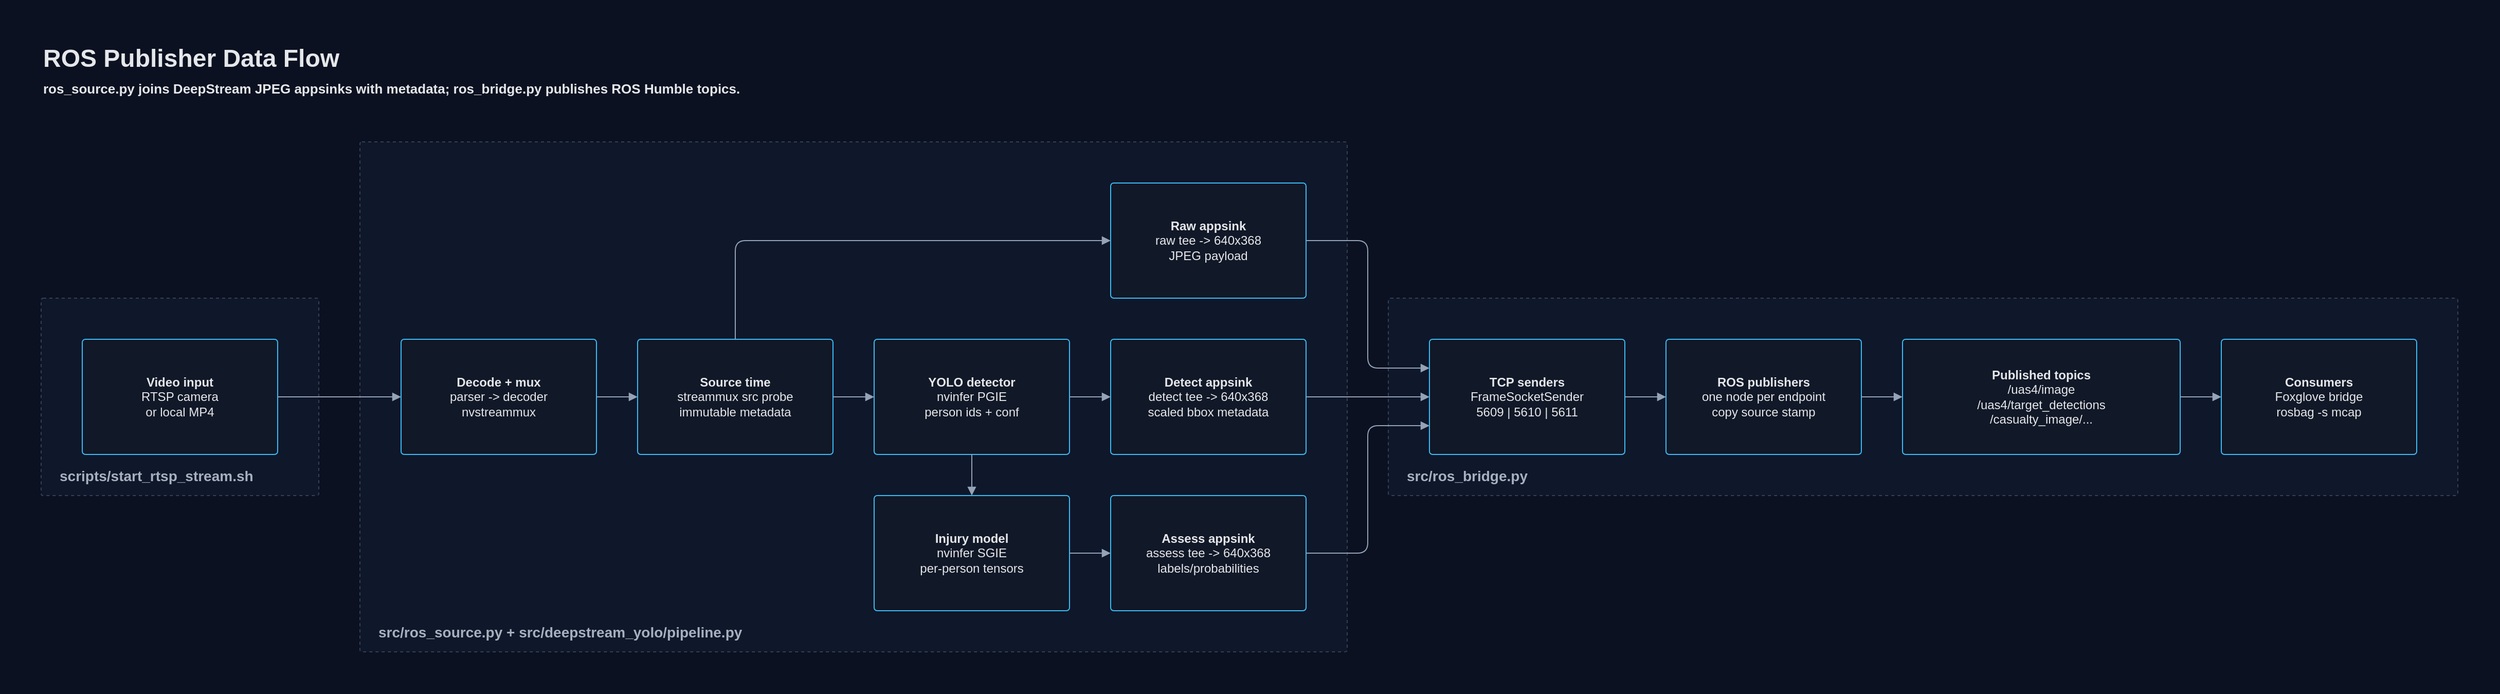
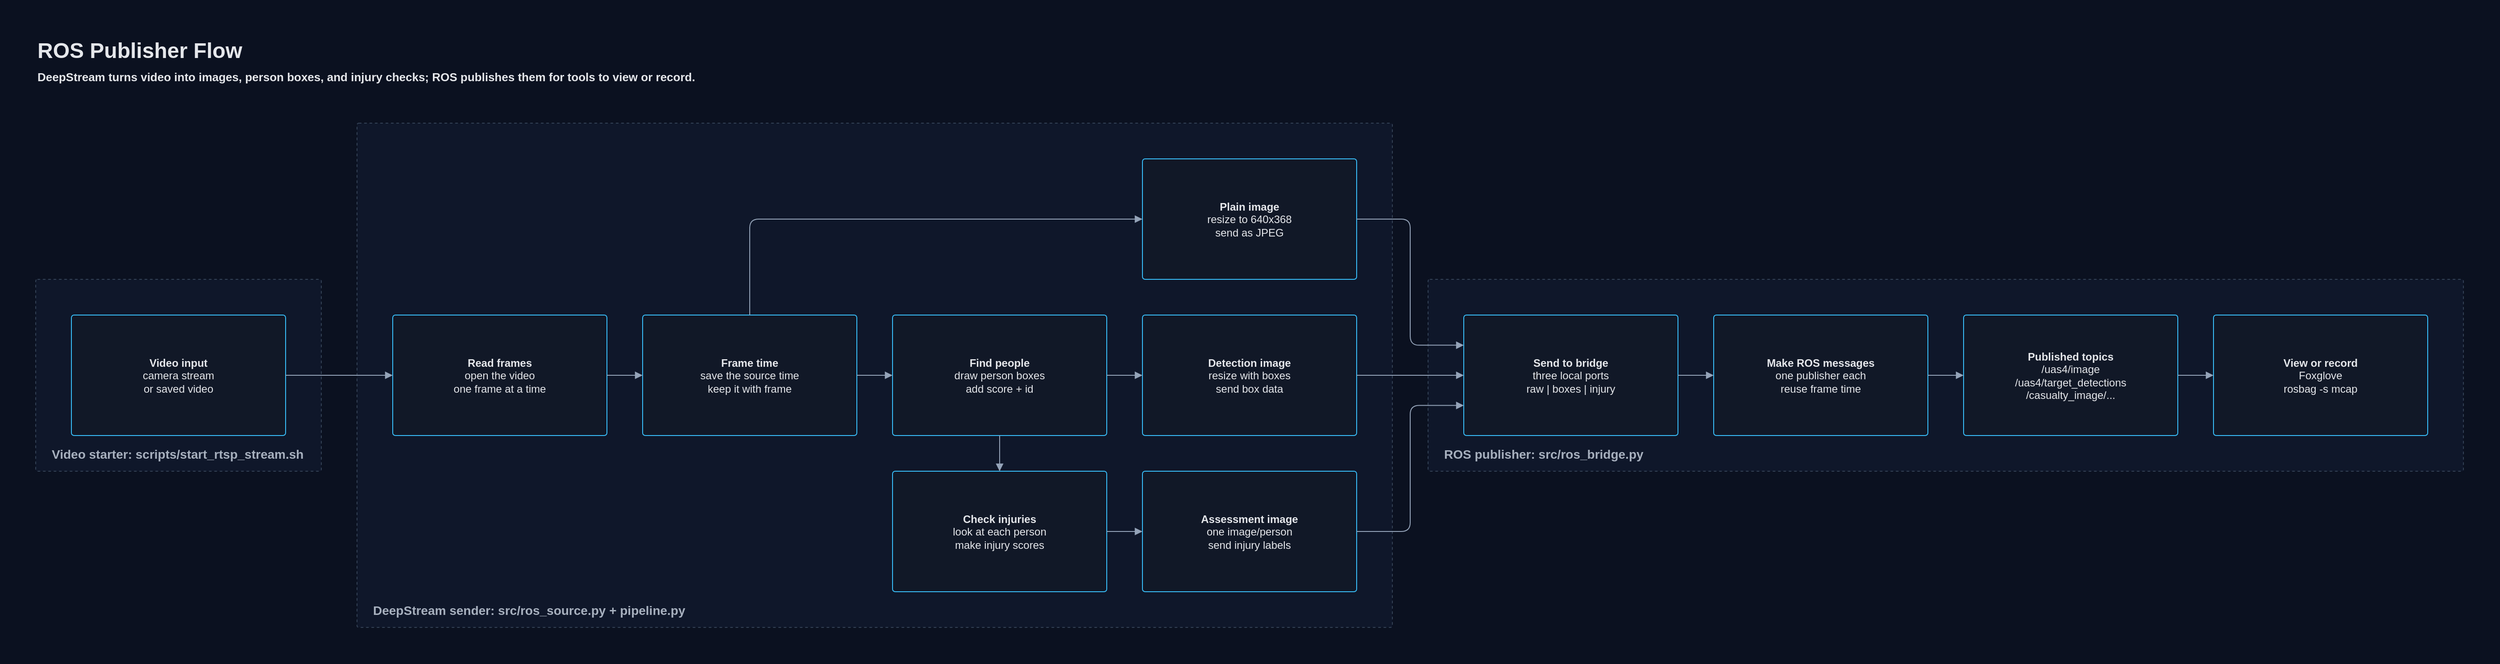
<?xml version="1.0" ?>
<mxfile host="app.diagrams.net" agent="Codex" version="24.7.17" type="device">
-   <diagram id="data_flow" name="ROS Publisher Data Flow">
-     <mxGraphModel dx="1422" dy="794" grid="1" gridSize="10" guides="1" tooltips="1" connect="1" arrows="1" fold="1" page="1" pageScale="1" pageWidth="2430" pageHeight="674" background="#0b1120" math="0" shadow="0">
+   <diagram id="data_flow" name="ROS Publisher Flow">
+     <mxGraphModel dx="1422" dy="794" grid="1" gridSize="10" guides="1" tooltips="1" connect="1" arrows="1" fold="1" page="1" pageScale="1" pageWidth="2800" pageHeight="743" background="#0b1120" math="0" shadow="0">
      <root>
        <mxCell id="0"/>
        <mxCell id="1" parent="0"/>
        <mxCell id="background" value="" style="rounded=0;whiteSpace=wrap;html=1;fillColor=#0b1120;strokeColor=none;" vertex="1" parent="1" connectable="0">
-           <mxGeometry x="0" y="0" width="2430" height="674" as="geometry"/>
+           <mxGeometry x="0" y="0" width="2800" height="743" as="geometry"/>
        </mxCell>
-         <mxCell id="title" value="ROS Publisher Data Flow" style="text;html=1;strokeColor=none;fillColor=none;align=left;verticalAlign=middle;whiteSpace=wrap;rounded=0;fontSize=24;fontColor=#e5e7eb;fontStyle=1;" vertex="1" parent="1">
+         <mxCell id="title" value="ROS Publisher Flow" style="text;html=1;strokeColor=none;fillColor=none;align=left;verticalAlign=middle;whiteSpace=wrap;rounded=0;fontSize=24;fontColor=#e5e7eb;fontStyle=1;" vertex="1" parent="1">
          <mxGeometry x="40" y="40" width="700" height="34" as="geometry"/>
        </mxCell>
-         <mxCell id="subtitle" value="ros_source.py joins DeepStream JPEG appsinks with metadata; ros_bridge.py publishes ROS Humble topics." style="text;html=1;strokeColor=none;fillColor=none;align=left;verticalAlign=middle;whiteSpace=wrap;rounded=0;fontSize=13;fontColor=#e5e7eb;fontStyle=1;" vertex="1" parent="1">
+         <mxCell id="subtitle" value="DeepStream turns video into images, person boxes, and injury checks; ROS publishes them for tools to view or record." style="text;html=1;strokeColor=none;fillColor=none;align=left;verticalAlign=middle;whiteSpace=wrap;rounded=0;fontSize=13;fontColor=#e5e7eb;fontStyle=1;" vertex="1" parent="1">
          <mxGeometry x="40" y="74" width="1180" height="24" as="geometry"/>
        </mxCell>
        <mxCell id="stream_group" value="" style="rounded=1;whiteSpace=wrap;html=1;arcSize=4;absoluteArcSize=1;fillColor=#0f172a;strokeColor=#334155;dashed=1;" vertex="1" parent="1" connectable="0">
-           <mxGeometry x="40" y="290" width="270" height="192" as="geometry"/>
+           <mxGeometry x="40" y="313" width="320" height="215" as="geometry"/>
        </mxCell>
-         <mxCell id="stream_group_label" value="scripts/start_rtsp_stream.sh" style="text;html=1;strokeColor=none;fillColor=none;align=left;verticalAlign=bottom;whiteSpace=wrap;rounded=0;fontSize=14;fontColor=#a7b0be;fontStyle=1;" vertex="1" parent="1" connectable="0">
-           <mxGeometry x="56" y="450" width="238" height="24" as="geometry"/>
+         <mxCell id="stream_group_label" value="Video starter: scripts/start_rtsp_stream.sh" style="text;html=1;strokeColor=none;fillColor=none;align=left;verticalAlign=bottom;whiteSpace=wrap;rounded=0;fontSize=14;fontColor=#a7b0be;fontStyle=1;" vertex="1" parent="1" connectable="0">
+           <mxGeometry x="56" y="496" width="288" height="24" as="geometry"/>
        </mxCell>
        <mxCell id="source_group" value="" style="rounded=1;whiteSpace=wrap;html=1;arcSize=4;absoluteArcSize=1;fillColor=#0f172a;strokeColor=#334155;dashed=1;" vertex="1" parent="1" connectable="0">
-           <mxGeometry x="350" y="138" width="960" height="496" as="geometry"/>
+           <mxGeometry x="400" y="138" width="1160" height="565" as="geometry"/>
        </mxCell>
-         <mxCell id="source_group_label" value="src/ros_source.py + src/deepstream_yolo/pipeline.py" style="text;html=1;strokeColor=none;fillColor=none;align=left;verticalAlign=bottom;whiteSpace=wrap;rounded=0;fontSize=14;fontColor=#a7b0be;fontStyle=1;" vertex="1" parent="1" connectable="0">
-           <mxGeometry x="366" y="602" width="928" height="24" as="geometry"/>
+         <mxCell id="source_group_label" value="DeepStream sender: src/ros_source.py + pipeline.py" style="text;html=1;strokeColor=none;fillColor=none;align=left;verticalAlign=bottom;whiteSpace=wrap;rounded=0;fontSize=14;fontColor=#a7b0be;fontStyle=1;" vertex="1" parent="1" connectable="0">
+           <mxGeometry x="416" y="671" width="1128" height="24" as="geometry"/>
        </mxCell>
        <mxCell id="bridge_group" value="" style="rounded=1;whiteSpace=wrap;html=1;arcSize=4;absoluteArcSize=1;fillColor=#0f172a;strokeColor=#334155;dashed=1;" vertex="1" parent="1" connectable="0">
-           <mxGeometry x="1350" y="290" width="1040" height="192" as="geometry"/>
+           <mxGeometry x="1600" y="313" width="1160" height="215" as="geometry"/>
        </mxCell>
-         <mxCell id="bridge_group_label" value="src/ros_bridge.py" style="text;html=1;strokeColor=none;fillColor=none;align=left;verticalAlign=bottom;whiteSpace=wrap;rounded=0;fontSize=14;fontColor=#a7b0be;fontStyle=1;" vertex="1" parent="1" connectable="0">
-           <mxGeometry x="1366" y="450" width="1008" height="24" as="geometry"/>
+         <mxCell id="bridge_group_label" value="ROS publisher: src/ros_bridge.py" style="text;html=1;strokeColor=none;fillColor=none;align=left;verticalAlign=bottom;whiteSpace=wrap;rounded=0;fontSize=14;fontColor=#a7b0be;fontStyle=1;" vertex="1" parent="1" connectable="0">
+           <mxGeometry x="1616" y="496" width="1128" height="24" as="geometry"/>
        </mxCell>
-         <mxCell id="video" value="&lt;b&gt;Video input&lt;/b&gt;&lt;br&gt;RTSP camera&lt;br&gt;or local MP4" style="rounded=1;whiteSpace=wrap;html=1;arcSize=6;absoluteArcSize=1;fillColor=#111827;strokeColor=#38bdf8;fontColor=#e5e7eb;spacing=10;spacingTop=4;spacingBottom=4;shadow=0;" vertex="1" parent="1">
-           <mxGeometry x="80" y="330" width="190" height="112" as="geometry"/>
+         <mxCell id="video" value="&lt;b&gt;Video input&lt;/b&gt;&lt;br&gt;camera stream&lt;br&gt;or saved video" style="rounded=1;whiteSpace=wrap;html=1;arcSize=6;absoluteArcSize=1;fillColor=#111827;strokeColor=#38bdf8;fontColor=#e5e7eb;spacing=10;spacingTop=4;spacingBottom=4;shadow=0;" vertex="1" parent="1">
+           <mxGeometry x="80" y="353" width="240" height="135" as="geometry"/>
        </mxCell>
-         <mxCell id="decode" value="&lt;b&gt;Decode + mux&lt;/b&gt;&lt;br&gt;parser -&amp;gt; decoder&lt;br&gt;nvstreammux" style="rounded=1;whiteSpace=wrap;html=1;arcSize=6;absoluteArcSize=1;fillColor=#111827;strokeColor=#38bdf8;fontColor=#e5e7eb;spacing=10;spacingTop=4;spacingBottom=4;shadow=0;" vertex="1" parent="1">
-           <mxGeometry x="390" y="330" width="190" height="112" as="geometry"/>
+         <mxCell id="decode" value="&lt;b&gt;Read frames&lt;/b&gt;&lt;br&gt;open the video&lt;br&gt;one frame at a time" style="rounded=1;whiteSpace=wrap;html=1;arcSize=6;absoluteArcSize=1;fillColor=#111827;strokeColor=#38bdf8;fontColor=#e5e7eb;spacing=10;spacingTop=4;spacingBottom=4;shadow=0;" vertex="1" parent="1">
+           <mxGeometry x="440" y="353" width="240" height="135" as="geometry"/>
        </mxCell>
-         <mxCell id="stamp" value="&lt;b&gt;Source time&lt;/b&gt;&lt;br&gt;streammux src probe&lt;br&gt;immutable metadata" style="rounded=1;whiteSpace=wrap;html=1;arcSize=6;absoluteArcSize=1;fillColor=#111827;strokeColor=#38bdf8;fontColor=#e5e7eb;spacing=10;spacingTop=4;spacingBottom=4;shadow=0;" vertex="1" parent="1">
-           <mxGeometry x="620" y="330" width="190" height="112" as="geometry"/>
+         <mxCell id="stamp" value="&lt;b&gt;Frame time&lt;/b&gt;&lt;br&gt;save the source time&lt;br&gt;keep it with frame" style="rounded=1;whiteSpace=wrap;html=1;arcSize=6;absoluteArcSize=1;fillColor=#111827;strokeColor=#38bdf8;fontColor=#e5e7eb;spacing=10;spacingTop=4;spacingBottom=4;shadow=0;" vertex="1" parent="1">
+           <mxGeometry x="720" y="353" width="240" height="135" as="geometry"/>
        </mxCell>
-         <mxCell id="raw" value="&lt;b&gt;Raw appsink&lt;/b&gt;&lt;br&gt;raw tee -&amp;gt; 640x368&lt;br&gt;JPEG payload" style="rounded=1;whiteSpace=wrap;html=1;arcSize=6;absoluteArcSize=1;fillColor=#111827;strokeColor=#38bdf8;fontColor=#e5e7eb;spacing=10;spacingTop=4;spacingBottom=4;shadow=0;" vertex="1" parent="1">
-           <mxGeometry x="1080" y="178" width="190" height="112" as="geometry"/>
+         <mxCell id="raw" value="&lt;b&gt;Plain image&lt;/b&gt;&lt;br&gt;resize to 640x368&lt;br&gt;send as JPEG" style="rounded=1;whiteSpace=wrap;html=1;arcSize=6;absoluteArcSize=1;fillColor=#111827;strokeColor=#38bdf8;fontColor=#e5e7eb;spacing=10;spacingTop=4;spacingBottom=4;shadow=0;" vertex="1" parent="1">
+           <mxGeometry x="1280" y="178" width="240" height="135" as="geometry"/>
        </mxCell>
-         <mxCell id="pgie" value="&lt;b&gt;YOLO detector&lt;/b&gt;&lt;br&gt;nvinfer PGIE&lt;br&gt;person ids + conf" style="rounded=1;whiteSpace=wrap;html=1;arcSize=6;absoluteArcSize=1;fillColor=#111827;strokeColor=#38bdf8;fontColor=#e5e7eb;spacing=10;spacingTop=4;spacingBottom=4;shadow=0;" vertex="1" parent="1">
-           <mxGeometry x="850" y="330" width="190" height="112" as="geometry"/>
+         <mxCell id="pgie" value="&lt;b&gt;Find people&lt;/b&gt;&lt;br&gt;draw person boxes&lt;br&gt;add score + id" style="rounded=1;whiteSpace=wrap;html=1;arcSize=6;absoluteArcSize=1;fillColor=#111827;strokeColor=#38bdf8;fontColor=#e5e7eb;spacing=10;spacingTop=4;spacingBottom=4;shadow=0;" vertex="1" parent="1">
+           <mxGeometry x="1000" y="353" width="240" height="135" as="geometry"/>
        </mxCell>
-         <mxCell id="detect" value="&lt;b&gt;Detect appsink&lt;/b&gt;&lt;br&gt;detect tee -&amp;gt; 640x368&lt;br&gt;scaled bbox metadata" style="rounded=1;whiteSpace=wrap;html=1;arcSize=6;absoluteArcSize=1;fillColor=#111827;strokeColor=#38bdf8;fontColor=#e5e7eb;spacing=10;spacingTop=4;spacingBottom=4;shadow=0;" vertex="1" parent="1">
-           <mxGeometry x="1080" y="330" width="190" height="112" as="geometry"/>
+         <mxCell id="detect" value="&lt;b&gt;Detection image&lt;/b&gt;&lt;br&gt;resize with boxes&lt;br&gt;send box data" style="rounded=1;whiteSpace=wrap;html=1;arcSize=6;absoluteArcSize=1;fillColor=#111827;strokeColor=#38bdf8;fontColor=#e5e7eb;spacing=10;spacingTop=4;spacingBottom=4;shadow=0;" vertex="1" parent="1">
+           <mxGeometry x="1280" y="353" width="240" height="135" as="geometry"/>
        </mxCell>
-         <mxCell id="sgie" value="&lt;b&gt;Injury model&lt;/b&gt;&lt;br&gt;nvinfer SGIE&lt;br&gt;per-person tensors" style="rounded=1;whiteSpace=wrap;html=1;arcSize=6;absoluteArcSize=1;fillColor=#111827;strokeColor=#38bdf8;fontColor=#e5e7eb;spacing=10;spacingTop=4;spacingBottom=4;shadow=0;" vertex="1" parent="1">
-           <mxGeometry x="850" y="482" width="190" height="112" as="geometry"/>
+         <mxCell id="sgie" value="&lt;b&gt;Check injuries&lt;/b&gt;&lt;br&gt;look at each person&lt;br&gt;make injury scores" style="rounded=1;whiteSpace=wrap;html=1;arcSize=6;absoluteArcSize=1;fillColor=#111827;strokeColor=#38bdf8;fontColor=#e5e7eb;spacing=10;spacingTop=4;spacingBottom=4;shadow=0;" vertex="1" parent="1">
+           <mxGeometry x="1000" y="528" width="240" height="135" as="geometry"/>
        </mxCell>
-         <mxCell id="assess" value="&lt;b&gt;Assess appsink&lt;/b&gt;&lt;br&gt;assess tee -&amp;gt; 640x368&lt;br&gt;labels/probabilities" style="rounded=1;whiteSpace=wrap;html=1;arcSize=6;absoluteArcSize=1;fillColor=#111827;strokeColor=#38bdf8;fontColor=#e5e7eb;spacing=10;spacingTop=4;spacingBottom=4;shadow=0;" vertex="1" parent="1">
-           <mxGeometry x="1080" y="482" width="190" height="112" as="geometry"/>
+         <mxCell id="assess" value="&lt;b&gt;Assessment image&lt;/b&gt;&lt;br&gt;one image/person&lt;br&gt;send injury labels" style="rounded=1;whiteSpace=wrap;html=1;arcSize=6;absoluteArcSize=1;fillColor=#111827;strokeColor=#38bdf8;fontColor=#e5e7eb;spacing=10;spacingTop=4;spacingBottom=4;shadow=0;" vertex="1" parent="1">
+           <mxGeometry x="1280" y="528" width="240" height="135" as="geometry"/>
        </mxCell>
-         <mxCell id="tcp" value="&lt;b&gt;TCP senders&lt;/b&gt;&lt;br&gt;FrameSocketSender&lt;br&gt;5609 | 5610 | 5611" style="rounded=1;whiteSpace=wrap;html=1;arcSize=6;absoluteArcSize=1;fillColor=#111827;strokeColor=#38bdf8;fontColor=#e5e7eb;spacing=10;spacingTop=4;spacingBottom=4;shadow=0;" vertex="1" parent="1">
-           <mxGeometry x="1390" y="330" width="190" height="112" as="geometry"/>
+         <mxCell id="tcp" value="&lt;b&gt;Send to bridge&lt;/b&gt;&lt;br&gt;three local ports&lt;br&gt;raw | boxes | injury" style="rounded=1;whiteSpace=wrap;html=1;arcSize=6;absoluteArcSize=1;fillColor=#111827;strokeColor=#38bdf8;fontColor=#e5e7eb;spacing=10;spacingTop=4;spacingBottom=4;shadow=0;" vertex="1" parent="1">
+           <mxGeometry x="1640" y="353" width="240" height="135" as="geometry"/>
        </mxCell>
-         <mxCell id="builder" value="&lt;b&gt;ROS publishers&lt;/b&gt;&lt;br&gt;one node per endpoint&lt;br&gt;copy source stamp" style="rounded=1;whiteSpace=wrap;html=1;arcSize=6;absoluteArcSize=1;fillColor=#111827;strokeColor=#38bdf8;fontColor=#e5e7eb;spacing=10;spacingTop=4;spacingBottom=4;shadow=0;" vertex="1" parent="1">
-           <mxGeometry x="1620" y="330" width="190" height="112" as="geometry"/>
+         <mxCell id="builder" value="&lt;b&gt;Make ROS messages&lt;/b&gt;&lt;br&gt;one publisher each&lt;br&gt;reuse frame time" style="rounded=1;whiteSpace=wrap;html=1;arcSize=6;absoluteArcSize=1;fillColor=#111827;strokeColor=#38bdf8;fontColor=#e5e7eb;spacing=10;spacingTop=4;spacingBottom=4;shadow=0;" vertex="1" parent="1">
+           <mxGeometry x="1920" y="353" width="240" height="135" as="geometry"/>
        </mxCell>
        <mxCell id="topics" value="&lt;b&gt;Published topics&lt;/b&gt;&lt;br&gt;/uas4/image&lt;br&gt;/uas4/target_detections&lt;br&gt;/casualty_image/..." style="rounded=1;whiteSpace=wrap;html=1;arcSize=6;absoluteArcSize=1;fillColor=#111827;strokeColor=#38bdf8;fontColor=#e5e7eb;spacing=10;spacingTop=4;spacingBottom=4;shadow=0;" vertex="1" parent="1">
-           <mxGeometry x="1850" y="330" width="270" height="112" as="geometry"/>
+           <mxGeometry x="2200" y="353" width="240" height="135" as="geometry"/>
        </mxCell>
-         <mxCell id="consumers" value="&lt;b&gt;Consumers&lt;/b&gt;&lt;br&gt;Foxglove bridge&lt;br&gt;rosbag -s mcap" style="rounded=1;whiteSpace=wrap;html=1;arcSize=6;absoluteArcSize=1;fillColor=#111827;strokeColor=#38bdf8;fontColor=#e5e7eb;spacing=10;spacingTop=4;spacingBottom=4;shadow=0;" vertex="1" parent="1">
-           <mxGeometry x="2160" y="330" width="190" height="112" as="geometry"/>
+         <mxCell id="consumers" value="&lt;b&gt;View or record&lt;/b&gt;&lt;br&gt;Foxglove&lt;br&gt;rosbag -s mcap" style="rounded=1;whiteSpace=wrap;html=1;arcSize=6;absoluteArcSize=1;fillColor=#111827;strokeColor=#38bdf8;fontColor=#e5e7eb;spacing=10;spacingTop=4;spacingBottom=4;shadow=0;" vertex="1" parent="1">
+           <mxGeometry x="2480" y="353" width="240" height="135" as="geometry"/>
        </mxCell>
        <mxCell id="edge_video_decode" value="" style="edgeStyle=orthogonalEdgeStyle;rounded=1;orthogonalLoop=1;jettySize=auto;html=1;endArrow=block;endFill=1;strokeColor=#94a3b8;fontColor=#a7b0be;exitX=1;exitY=0.5;exitDx=0;exitDy=0;entryX=0;entryY=0.5;entryDx=0;entryDy=0;" edge="1" parent="1" source="video" target="decode">
          <mxGeometry relative="1" as="geometry"/>
        </mxCell>
        <mxCell id="edge_decode_stamp" value="" style="edgeStyle=orthogonalEdgeStyle;rounded=1;orthogonalLoop=1;jettySize=auto;html=1;endArrow=block;endFill=1;strokeColor=#94a3b8;fontColor=#a7b0be;exitX=1;exitY=0.5;exitDx=0;exitDy=0;entryX=0;entryY=0.5;entryDx=0;entryDy=0;" edge="1" parent="1" source="decode" target="stamp">
          <mxGeometry relative="1" as="geometry"/>
        </mxCell>
        <mxCell id="edge_stamp_raw" value="" style="edgeStyle=orthogonalEdgeStyle;rounded=1;orthogonalLoop=1;jettySize=auto;html=1;endArrow=block;endFill=1;strokeColor=#94a3b8;fontColor=#a7b0be;exitX=0.5;exitY=0;exitDx=0;exitDy=0;entryX=0;entryY=0.5;entryDx=0;entryDy=0;" edge="1" parent="1" source="stamp" target="raw">
          <mxGeometry relative="1" as="geometry">
            <Array as="points">
-               <mxPoint x="715" y="234"/>
+               <mxPoint x="840" y="245"/>
            </Array>
          </mxGeometry>
        </mxCell>
        <mxCell id="edge_stamp_pgie" value="" style="edgeStyle=orthogonalEdgeStyle;rounded=1;orthogonalLoop=1;jettySize=auto;html=1;endArrow=block;endFill=1;strokeColor=#94a3b8;fontColor=#a7b0be;exitX=1;exitY=0.5;exitDx=0;exitDy=0;entryX=0;entryY=0.5;entryDx=0;entryDy=0;" edge="1" parent="1" source="stamp" target="pgie">
          <mxGeometry relative="1" as="geometry"/>
        </mxCell>
        <mxCell id="edge_pgie_detect" value="" style="edgeStyle=orthogonalEdgeStyle;rounded=1;orthogonalLoop=1;jettySize=auto;html=1;endArrow=block;endFill=1;strokeColor=#94a3b8;fontColor=#a7b0be;exitX=1;exitY=0.5;exitDx=0;exitDy=0;entryX=0;entryY=0.5;entryDx=0;entryDy=0;" edge="1" parent="1" source="pgie" target="detect">
          <mxGeometry relative="1" as="geometry"/>
        </mxCell>
        <mxCell id="edge_pgie_sgie" value="" style="edgeStyle=orthogonalEdgeStyle;rounded=1;orthogonalLoop=1;jettySize=auto;html=1;endArrow=block;endFill=1;strokeColor=#94a3b8;fontColor=#a7b0be;exitX=0.5;exitY=1;exitDx=0;exitDy=0;entryX=0.5;entryY=0;entryDx=0;entryDy=0;" edge="1" parent="1" source="pgie" target="sgie">
          <mxGeometry relative="1" as="geometry"/>
        </mxCell>
        <mxCell id="edge_sgie_assess" value="" style="edgeStyle=orthogonalEdgeStyle;rounded=1;orthogonalLoop=1;jettySize=auto;html=1;endArrow=block;endFill=1;strokeColor=#94a3b8;fontColor=#a7b0be;exitX=1;exitY=0.5;exitDx=0;exitDy=0;entryX=0;entryY=0.5;entryDx=0;entryDy=0;" edge="1" parent="1" source="sgie" target="assess">
          <mxGeometry relative="1" as="geometry"/>
        </mxCell>
        <mxCell id="edge_raw_tcp" value="" style="edgeStyle=orthogonalEdgeStyle;rounded=1;orthogonalLoop=1;jettySize=auto;html=1;endArrow=block;endFill=1;strokeColor=#94a3b8;fontColor=#a7b0be;exitX=1;exitY=0.5;exitDx=0;exitDy=0;entryX=0;entryY=0.25;entryDx=0;entryDy=0;" edge="1" parent="1" source="raw" target="tcp">
          <mxGeometry relative="1" as="geometry">
            <Array as="points">
-               <mxPoint x="1330" y="234"/>
-               <mxPoint x="1330" y="358"/>
+               <mxPoint x="1580" y="245"/>
+               <mxPoint x="1580" y="386"/>
            </Array>
          </mxGeometry>
        </mxCell>
        <mxCell id="edge_detect_tcp" value="" style="edgeStyle=orthogonalEdgeStyle;rounded=1;orthogonalLoop=1;jettySize=auto;html=1;endArrow=block;endFill=1;strokeColor=#94a3b8;fontColor=#a7b0be;exitX=1;exitY=0.5;exitDx=0;exitDy=0;entryX=0;entryY=0.5;entryDx=0;entryDy=0;" edge="1" parent="1" source="detect" target="tcp">
          <mxGeometry relative="1" as="geometry"/>
        </mxCell>
        <mxCell id="edge_assess_tcp" value="" style="edgeStyle=orthogonalEdgeStyle;rounded=1;orthogonalLoop=1;jettySize=auto;html=1;endArrow=block;endFill=1;strokeColor=#94a3b8;fontColor=#a7b0be;exitX=1;exitY=0.5;exitDx=0;exitDy=0;entryX=0;entryY=0.75;entryDx=0;entryDy=0;" edge="1" parent="1" source="assess" target="tcp">
          <mxGeometry relative="1" as="geometry">
            <Array as="points">
-               <mxPoint x="1330" y="538"/>
-               <mxPoint x="1330" y="414"/>
+               <mxPoint x="1580" y="595"/>
+               <mxPoint x="1580" y="454"/>
            </Array>
          </mxGeometry>
        </mxCell>
        <mxCell id="edge_tcp_builder" value="" style="edgeStyle=orthogonalEdgeStyle;rounded=1;orthogonalLoop=1;jettySize=auto;html=1;endArrow=block;endFill=1;strokeColor=#94a3b8;fontColor=#a7b0be;exitX=1;exitY=0.5;exitDx=0;exitDy=0;entryX=0;entryY=0.5;entryDx=0;entryDy=0;" edge="1" parent="1" source="tcp" target="builder">
          <mxGeometry relative="1" as="geometry"/>
        </mxCell>
        <mxCell id="edge_builder_topics" value="" style="edgeStyle=orthogonalEdgeStyle;rounded=1;orthogonalLoop=1;jettySize=auto;html=1;endArrow=block;endFill=1;strokeColor=#94a3b8;fontColor=#a7b0be;exitX=1;exitY=0.5;exitDx=0;exitDy=0;entryX=0;entryY=0.5;entryDx=0;entryDy=0;" edge="1" parent="1" source="builder" target="topics">
          <mxGeometry relative="1" as="geometry"/>
        </mxCell>
        <mxCell id="edge_topics_consumers" value="" style="edgeStyle=orthogonalEdgeStyle;rounded=1;orthogonalLoop=1;jettySize=auto;html=1;endArrow=block;endFill=1;strokeColor=#94a3b8;fontColor=#a7b0be;exitX=1;exitY=0.5;exitDx=0;exitDy=0;entryX=0;entryY=0.5;entryDx=0;entryDy=0;" edge="1" parent="1" source="topics" target="consumers">
          <mxGeometry relative="1" as="geometry"/>
        </mxCell>
      </root>
    </mxGraphModel>
  </diagram>
</mxfile>
